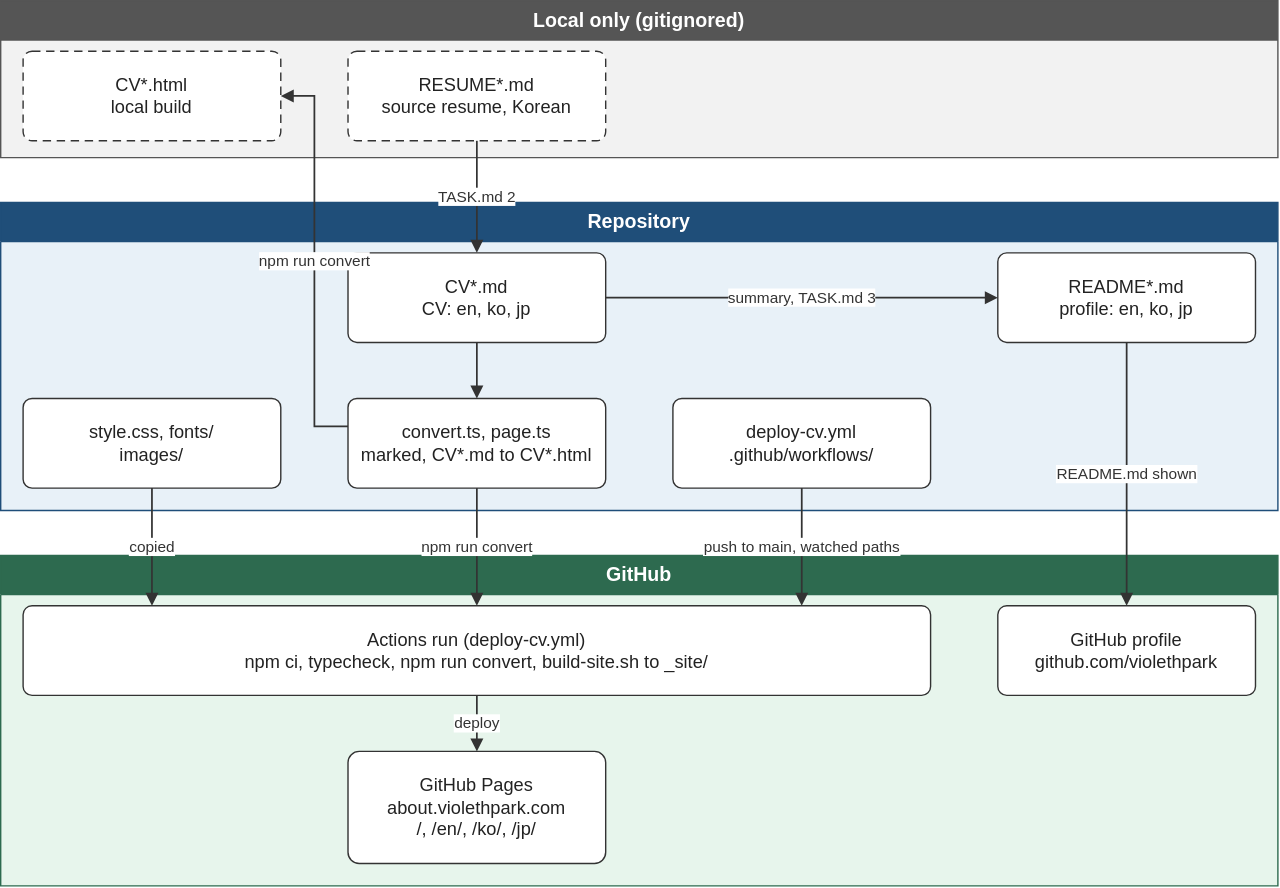
This is diagrams/repo-structure.drawio.svg from violethpark/violethpark, a draw.io export, as it was before one commit. Source tidied: cells renumbered, new cells last; positions are measured from the earlier drawing's top-left corner, leaving out a move shared by most shapes.
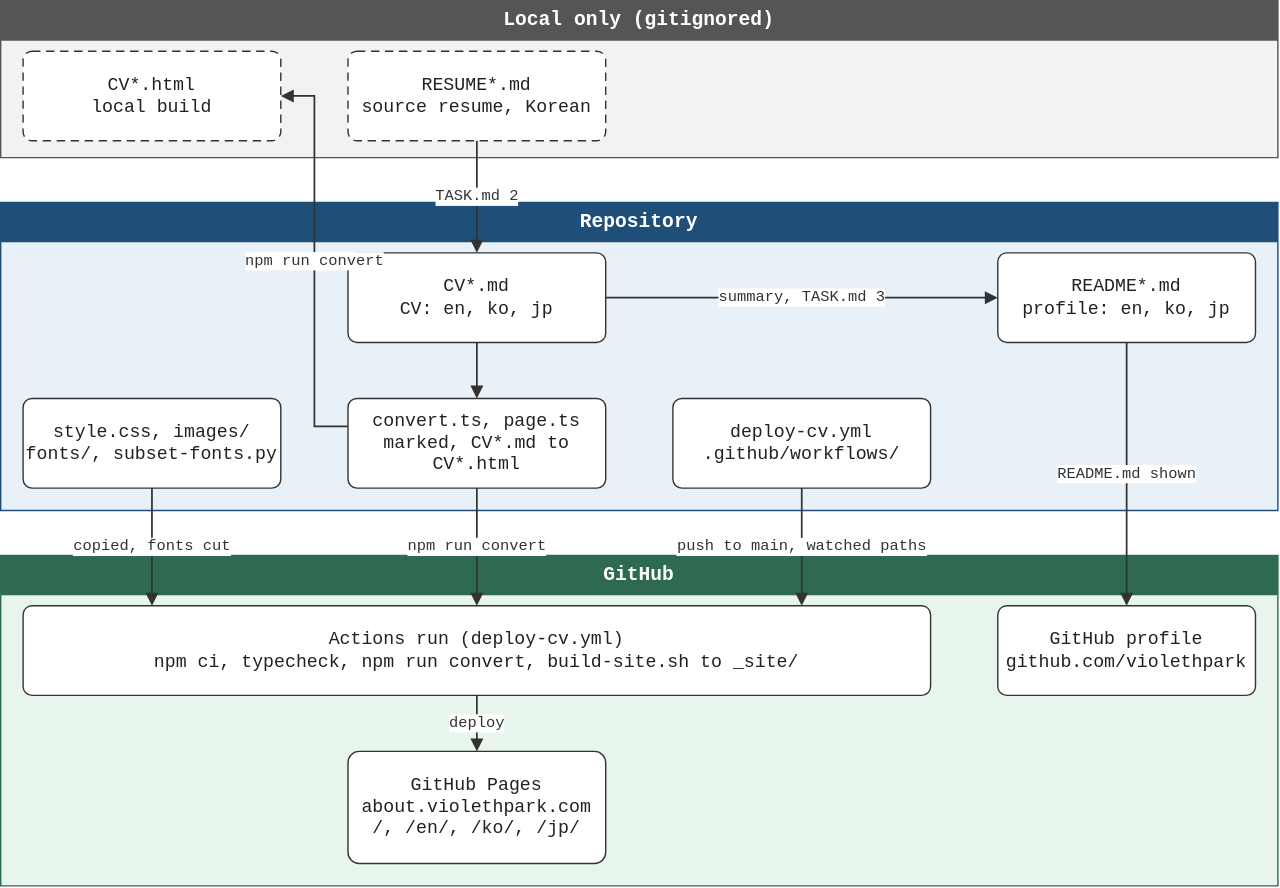
The same file after the commit.

The edit, as a diff of the source:
```diff
@@ -2,58 +2,58 @@
   <root>
     <mxCell id="0" />
     <mxCell id="1" parent="0" />
-    <mxCell id="2" value="Local only (gitignored)" style="swimlane;html=1;startSize=28;fontStyle=1;fontSize=14;fontFamily=Helvetica;align=center;verticalAlign=middle;fillColor=#555555;fontColor=#FFFFFF;strokeColor=#555555;swimlaneFillColor=#F2F2F2;rounded=0;whiteSpace=wrap;" parent="1" vertex="1">
+    <mxCell id="2" value="Local only (gitignored)" style="swimlane;html=1;startSize=28;fontStyle=1;fontSize=14;fontFamily=Sarasa Mono Slab J,Sarasa Mono Slab K,monospace;align=center;verticalAlign=middle;fillColor=light-dark(#555555,#D0D0D0);fontColor=light-dark(#FFFFFF,#000000);strokeColor=light-dark(#555555,#D0D0D0);swimlaneFillColor=light-dark(#F2F2F2,#000000);rounded=0;whiteSpace=wrap;" parent="1" vertex="1">
       <mxGeometry width="912" height="112" as="geometry" />
     </mxCell>
-    <mxCell id="3" value="CV*.html&#10;local build" style="rounded=1;whiteSpace=wrap;html=1;align=center;verticalAlign=middle;fontSize=13;fontFamily=Helvetica;fontColor=#222222;fillColor=#FFFFFF;strokeColor=#333333;arcSize=10;dashed=1;dashPattern=6 4;" parent="2" vertex="1">
+    <mxCell id="3" value="CV*.html&#10;local build" style="rounded=1;whiteSpace=wrap;html=1;align=center;verticalAlign=middle;fontSize=13;fontFamily=Sarasa Mono Slab J,Sarasa Mono Slab K,monospace;fontColor=light-dark(#222222,#F5F5F5);fillColor=light-dark(#FFFFFF,#000000);strokeColor=light-dark(#333333,#F0F0F0);arcSize=10;dashed=1;dashPattern=6 4;" parent="2" vertex="1">
       <mxGeometry x="16" y="36" width="184" height="64" as="geometry" />
     </mxCell>
-    <mxCell id="4" value="RESUME*.md&#10;source resume, Korean" style="rounded=1;whiteSpace=wrap;html=1;align=center;verticalAlign=middle;fontSize=13;fontFamily=Helvetica;fontColor=#222222;fillColor=#FFFFFF;strokeColor=#333333;arcSize=10;dashed=1;dashPattern=6 4;" parent="2" vertex="1">
+    <mxCell id="4" value="RESUME*.md&#10;source resume, Korean" style="rounded=1;whiteSpace=wrap;html=1;align=center;verticalAlign=middle;fontSize=13;fontFamily=Sarasa Mono Slab J,Sarasa Mono Slab K,monospace;fontColor=light-dark(#222222,#F5F5F5);fillColor=light-dark(#FFFFFF,#000000);strokeColor=light-dark(#333333,#F0F0F0);arcSize=10;dashed=1;dashPattern=6 4;" parent="2" vertex="1">
       <mxGeometry x="248" y="36" width="184" height="64" as="geometry" />
     </mxCell>
-    <mxCell id="5" value="Repository" style="swimlane;html=1;startSize=28;fontStyle=1;fontSize=14;fontFamily=Helvetica;align=center;verticalAlign=middle;fillColor=#1F4E79;fontColor=#FFFFFF;strokeColor=#1F4E79;swimlaneFillColor=#E8F1F8;rounded=0;whiteSpace=wrap;" parent="1" vertex="1">
+    <mxCell id="5" value="Repository" style="swimlane;html=1;startSize=28;fontStyle=1;fontSize=14;fontFamily=Sarasa Mono Slab J,Sarasa Mono Slab K,monospace;align=center;verticalAlign=middle;fillColor=light-dark(#1F4E79,#9CC8F0);fontColor=light-dark(#FFFFFF,#000000);strokeColor=light-dark(#1F4E79,#9CC8F0);swimlaneFillColor=light-dark(#E8F1F8,#000000);rounded=0;whiteSpace=wrap;" parent="1" vertex="1">
       <mxGeometry y="144" width="912" height="220" as="geometry" />
     </mxCell>
-    <mxCell id="6" value="CV*.md&#10;CV: en, ko, jp" style="rounded=1;whiteSpace=wrap;html=1;align=center;verticalAlign=middle;fontSize=13;fontFamily=Helvetica;fontColor=#222222;fillColor=#FFFFFF;strokeColor=#333333;arcSize=10;" parent="5" vertex="1">
+    <mxCell id="6" value="CV*.md&#10;CV: en, ko, jp" style="rounded=1;whiteSpace=wrap;html=1;align=center;verticalAlign=middle;fontSize=13;fontFamily=Sarasa Mono Slab J,Sarasa Mono Slab K,monospace;fontColor=light-dark(#222222,#F5F5F5);fillColor=light-dark(#FFFFFF,#000000);strokeColor=light-dark(#333333,#F0F0F0);arcSize=10;" parent="5" vertex="1">
       <mxGeometry x="248" y="36" width="184" height="64" as="geometry" />
     </mxCell>
-    <mxCell id="7" value="README*.md&#10;profile: en, ko, jp" style="rounded=1;whiteSpace=wrap;html=1;align=center;verticalAlign=middle;fontSize=13;fontFamily=Helvetica;fontColor=#222222;fillColor=#FFFFFF;strokeColor=#333333;arcSize=10;" parent="5" vertex="1">
+    <mxCell id="7" value="README*.md&#10;profile: en, ko, jp" style="rounded=1;whiteSpace=wrap;html=1;align=center;verticalAlign=middle;fontSize=13;fontFamily=Sarasa Mono Slab J,Sarasa Mono Slab K,monospace;fontColor=light-dark(#222222,#F5F5F5);fillColor=light-dark(#FFFFFF,#000000);strokeColor=light-dark(#333333,#F0F0F0);arcSize=10;" parent="5" vertex="1">
       <mxGeometry x="712" y="36" width="184" height="64" as="geometry" />
     </mxCell>
-    <mxCell id="8" value="style.css, fonts/&#10;images/" style="rounded=1;whiteSpace=wrap;html=1;align=center;verticalAlign=middle;fontSize=13;fontFamily=Helvetica;fontColor=#222222;fillColor=#FFFFFF;strokeColor=#333333;arcSize=10;" parent="5" vertex="1">
+    <mxCell id="8" value="style.css, images/&#10;fonts/, subset-fonts.py" style="rounded=1;whiteSpace=wrap;html=1;align=center;verticalAlign=middle;fontSize=13;fontFamily=Sarasa Mono Slab J,Sarasa Mono Slab K,monospace;fontColor=light-dark(#222222,#F5F5F5);fillColor=light-dark(#FFFFFF,#000000);strokeColor=light-dark(#333333,#F0F0F0);arcSize=10;" parent="5" vertex="1">
       <mxGeometry x="16" y="140" width="184" height="64" as="geometry" />
     </mxCell>
-    <mxCell id="9" value="convert.ts, page.ts&#10;marked, CV*.md to CV*.html" style="rounded=1;whiteSpace=wrap;html=1;align=center;verticalAlign=middle;fontSize=13;fontFamily=Helvetica;fontColor=#222222;fillColor=#FFFFFF;strokeColor=#333333;arcSize=10;" parent="5" vertex="1">
+    <mxCell id="9" value="convert.ts, page.ts&#10;marked, CV*.md to CV*.html" style="rounded=1;whiteSpace=wrap;html=1;align=center;verticalAlign=middle;fontSize=13;fontFamily=Sarasa Mono Slab J,Sarasa Mono Slab K,monospace;fontColor=light-dark(#222222,#F5F5F5);fillColor=light-dark(#FFFFFF,#000000);strokeColor=light-dark(#333333,#F0F0F0);arcSize=10;" parent="5" vertex="1">
       <mxGeometry x="248" y="140" width="184" height="64" as="geometry" />
     </mxCell>
-    <mxCell id="10" value="deploy-cv.yml&#10;.github/workflows/" style="rounded=1;whiteSpace=wrap;html=1;align=center;verticalAlign=middle;fontSize=13;fontFamily=Helvetica;fontColor=#222222;fillColor=#FFFFFF;strokeColor=#333333;arcSize=10;" parent="5" vertex="1">
+    <mxCell id="10" value="deploy-cv.yml&#10;.github/workflows/" style="rounded=1;whiteSpace=wrap;html=1;align=center;verticalAlign=middle;fontSize=13;fontFamily=Sarasa Mono Slab J,Sarasa Mono Slab K,monospace;fontColor=light-dark(#222222,#F5F5F5);fillColor=light-dark(#FFFFFF,#000000);strokeColor=light-dark(#333333,#F0F0F0);arcSize=10;" parent="5" vertex="1">
       <mxGeometry x="480" y="140" width="184" height="64" as="geometry" />
     </mxCell>
-    <mxCell id="11" value="GitHub" style="swimlane;html=1;startSize=28;fontStyle=1;fontSize=14;fontFamily=Helvetica;align=center;verticalAlign=middle;fillColor=#2D6A4F;fontColor=#FFFFFF;strokeColor=#2D6A4F;swimlaneFillColor=#E7F5EC;rounded=0;whiteSpace=wrap;" parent="1" vertex="1">
+    <mxCell id="11" value="GitHub" style="swimlane;html=1;startSize=28;fontStyle=1;fontSize=14;fontFamily=Sarasa Mono Slab J,Sarasa Mono Slab K,monospace;align=center;verticalAlign=middle;fillColor=light-dark(#2D6A4F,#8FD6B0);fontColor=light-dark(#FFFFFF,#000000);strokeColor=light-dark(#2D6A4F,#8FD6B0);swimlaneFillColor=light-dark(#E7F5EC,#000000);rounded=0;whiteSpace=wrap;" parent="1" vertex="1">
       <mxGeometry y="396" width="912" height="236" as="geometry" />
     </mxCell>
-    <mxCell id="12" value="Actions run (deploy-cv.yml)&#10;npm ci, typecheck, npm run convert, build-site.sh to _site/" style="rounded=1;whiteSpace=wrap;html=1;align=center;verticalAlign=middle;fontSize=13;fontFamily=Helvetica;fontColor=#222222;fillColor=#FFFFFF;strokeColor=#333333;arcSize=10;" parent="11" vertex="1">
+    <mxCell id="12" value="Actions run (deploy-cv.yml)&#10;npm ci, typecheck, npm run convert, build-site.sh to _site/" style="rounded=1;whiteSpace=wrap;html=1;align=center;verticalAlign=middle;fontSize=13;fontFamily=Sarasa Mono Slab J,Sarasa Mono Slab K,monospace;fontColor=light-dark(#222222,#F5F5F5);fillColor=light-dark(#FFFFFF,#000000);strokeColor=light-dark(#333333,#F0F0F0);arcSize=10;" parent="11" vertex="1">
       <mxGeometry x="16" y="36" width="648" height="64" as="geometry" />
     </mxCell>
-    <mxCell id="13" value="GitHub profile&#10;github.com/violethpark" style="rounded=1;whiteSpace=wrap;html=1;align=center;verticalAlign=middle;fontSize=13;fontFamily=Helvetica;fontColor=#222222;fillColor=#FFFFFF;strokeColor=#333333;arcSize=10;" parent="11" vertex="1">
+    <mxCell id="13" value="GitHub profile&#10;github.com/violethpark" style="rounded=1;whiteSpace=wrap;html=1;align=center;verticalAlign=middle;fontSize=13;fontFamily=Sarasa Mono Slab J,Sarasa Mono Slab K,monospace;fontColor=light-dark(#222222,#F5F5F5);fillColor=light-dark(#FFFFFF,#000000);strokeColor=light-dark(#333333,#F0F0F0);arcSize=10;" parent="11" vertex="1">
       <mxGeometry x="712" y="36" width="184" height="64" as="geometry" />
     </mxCell>
-    <mxCell id="14" value="GitHub Pages&#10;about.violethpark.com&#10;/, /en/, /ko/, /jp/" style="rounded=1;whiteSpace=wrap;html=1;align=center;verticalAlign=middle;fontSize=13;fontFamily=Helvetica;fontColor=#222222;fillColor=#FFFFFF;strokeColor=#333333;arcSize=10;" parent="11" vertex="1">
+    <mxCell id="14" value="GitHub Pages&#10;about.violethpark.com&#10;/, /en/, /ko/, /jp/" style="rounded=1;whiteSpace=wrap;html=1;align=center;verticalAlign=middle;fontSize=13;fontFamily=Sarasa Mono Slab J,Sarasa Mono Slab K,monospace;fontColor=light-dark(#222222,#F5F5F5);fillColor=light-dark(#FFFFFF,#000000);strokeColor=light-dark(#333333,#F0F0F0);arcSize=10;" parent="11" vertex="1">
       <mxGeometry x="248" y="140" width="184" height="80" as="geometry" />
     </mxCell>
-    <mxCell id="15" value="TASK.md 2" style="edgeStyle=orthogonalEdgeStyle;rounded=0;html=1;endArrow=block;endFill=1;fontSize=11;fontFamily=Helvetica;fontColor=#333333;labelBackgroundColor=#FFFFFF;strokeColor=#333333;strokeWidth=1.25;align=center;verticalAlign=middle;exitX=0.5000;exitY=1.0000;entryX=0.5000;entryY=0.0000;" parent="1" edge="1" source="4" target="6">
+    <mxCell id="15" value="TASK.md 2" style="edgeStyle=orthogonalEdgeStyle;rounded=0;html=1;endArrow=block;endFill=1;fontSize=11;fontFamily=Sarasa Mono Slab J,Sarasa Mono Slab K,monospace;fontColor=light-dark(#333333,#F0F0F0);labelBackgroundColor=light-dark(#FFFFFF,#121212);strokeColor=light-dark(#333333,#F0F0F0);strokeWidth=1.25;align=center;verticalAlign=middle;exitX=0.5000;exitY=1.0000;entryX=0.5000;entryY=0.0000;" parent="1" edge="1" source="4" target="6">
       <mxGeometry relative="1" as="geometry" />
     </mxCell>
-    <mxCell id="16" value="summary, TASK.md 3" style="edgeStyle=orthogonalEdgeStyle;rounded=0;html=1;endArrow=block;endFill=1;fontSize=11;fontFamily=Helvetica;fontColor=#333333;labelBackgroundColor=#FFFFFF;strokeColor=#333333;strokeWidth=1.25;align=center;verticalAlign=middle;exitX=1.0000;exitY=0.5000;entryX=0.0000;entryY=0.5000;" parent="1" edge="1" source="6" target="7">
+    <mxCell id="16" value="summary, TASK.md 3" style="edgeStyle=orthogonalEdgeStyle;rounded=0;html=1;endArrow=block;endFill=1;fontSize=11;fontFamily=Sarasa Mono Slab J,Sarasa Mono Slab K,monospace;fontColor=light-dark(#333333,#F0F0F0);labelBackgroundColor=light-dark(#FFFFFF,#121212);strokeColor=light-dark(#333333,#F0F0F0);strokeWidth=1.25;align=center;verticalAlign=middle;exitX=1.0000;exitY=0.5000;entryX=0.0000;entryY=0.5000;" parent="1" edge="1" source="6" target="7">
       <mxGeometry relative="1" as="geometry" />
     </mxCell>
-    <mxCell id="17" value="README.md shown" style="edgeStyle=orthogonalEdgeStyle;rounded=0;html=1;endArrow=block;endFill=1;fontSize=11;fontFamily=Helvetica;fontColor=#333333;labelBackgroundColor=#FFFFFF;strokeColor=#333333;strokeWidth=1.25;align=center;verticalAlign=middle;exitX=0.5000;exitY=1.0000;entryX=0.5000;entryY=0.0000;" parent="1" edge="1" source="7" target="13">
+    <mxCell id="17" value="README.md shown" style="edgeStyle=orthogonalEdgeStyle;rounded=0;html=1;endArrow=block;endFill=1;fontSize=11;fontFamily=Sarasa Mono Slab J,Sarasa Mono Slab K,monospace;fontColor=light-dark(#333333,#F0F0F0);labelBackgroundColor=light-dark(#FFFFFF,#121212);strokeColor=light-dark(#333333,#F0F0F0);strokeWidth=1.25;align=center;verticalAlign=middle;exitX=0.5000;exitY=1.0000;entryX=0.5000;entryY=0.0000;" parent="1" edge="1" source="7" target="13">
       <mxGeometry relative="1" as="geometry" />
     </mxCell>
-    <mxCell id="18" style="edgeStyle=orthogonalEdgeStyle;rounded=0;html=1;endArrow=block;endFill=1;fontSize=11;fontFamily=Helvetica;fontColor=#333333;labelBackgroundColor=#FFFFFF;strokeColor=#333333;strokeWidth=1.25;align=center;verticalAlign=middle;exitX=0.5000;exitY=1.0000;entryX=0.5000;entryY=0.0000;" parent="1" edge="1" source="6" target="9">
+    <mxCell id="18" style="edgeStyle=orthogonalEdgeStyle;rounded=0;html=1;endArrow=block;endFill=1;fontSize=11;fontFamily=Sarasa Mono Slab J,Sarasa Mono Slab K,monospace;fontColor=light-dark(#333333,#F0F0F0);labelBackgroundColor=light-dark(#FFFFFF,#121212);strokeColor=light-dark(#333333,#F0F0F0);strokeWidth=1.25;align=center;verticalAlign=middle;exitX=0.5000;exitY=1.0000;entryX=0.5000;entryY=0.0000;" parent="1" edge="1" source="6" target="9">
       <mxGeometry relative="1" as="geometry" />
     </mxCell>
-    <mxCell id="19" value="npm run convert" style="edgeStyle=orthogonalEdgeStyle;rounded=0;html=1;endArrow=block;endFill=1;fontSize=11;fontFamily=Helvetica;fontColor=#333333;labelBackgroundColor=#FFFFFF;strokeColor=#333333;strokeWidth=1.25;align=center;verticalAlign=middle;exitX=0.0000;exitY=0.3125;entryX=1.0000;entryY=0.5000;" parent="1" edge="1" source="9" target="3">
+    <mxCell id="19" value="npm run convert" style="edgeStyle=orthogonalEdgeStyle;rounded=0;html=1;endArrow=block;endFill=1;fontSize=11;fontFamily=Sarasa Mono Slab J,Sarasa Mono Slab K,monospace;fontColor=light-dark(#333333,#F0F0F0);labelBackgroundColor=light-dark(#FFFFFF,#121212);strokeColor=light-dark(#333333,#F0F0F0);strokeWidth=1.25;align=center;verticalAlign=middle;exitX=0.0000;exitY=0.3125;entryX=1.0000;entryY=0.5000;" parent="1" edge="1" source="9" target="3">
       <mxGeometry relative="1" as="geometry">
         <Array as="points">
           <mxPoint x="224" y="304" />
@@ -61,16 +61,16 @@
         </Array>
       </mxGeometry>
     </mxCell>
-    <mxCell id="20" value="copied" style="edgeStyle=orthogonalEdgeStyle;rounded=0;html=1;endArrow=block;endFill=1;fontSize=11;fontFamily=Helvetica;fontColor=#333333;labelBackgroundColor=#FFFFFF;strokeColor=#333333;strokeWidth=1.25;align=center;verticalAlign=middle;exitX=0.5000;exitY=1.0000;entryX=0.1420;entryY=0.0000;" parent="1" edge="1" source="8" target="12">
+    <mxCell id="20" value="copied, fonts cut" style="edgeStyle=orthogonalEdgeStyle;rounded=0;html=1;endArrow=block;endFill=1;fontSize=11;fontFamily=Sarasa Mono Slab J,Sarasa Mono Slab K,monospace;fontColor=light-dark(#333333,#F0F0F0);labelBackgroundColor=light-dark(#FFFFFF,#121212);strokeColor=light-dark(#333333,#F0F0F0);strokeWidth=1.25;align=center;verticalAlign=middle;exitX=0.5000;exitY=1.0000;entryX=0.1420;entryY=0.0000;" parent="1" edge="1" source="8" target="12">
       <mxGeometry relative="1" as="geometry" />
     </mxCell>
-    <mxCell id="21" value="npm run convert" style="edgeStyle=orthogonalEdgeStyle;rounded=0;html=1;endArrow=block;endFill=1;fontSize=11;fontFamily=Helvetica;fontColor=#333333;labelBackgroundColor=#FFFFFF;strokeColor=#333333;strokeWidth=1.25;align=center;verticalAlign=middle;exitX=0.5000;exitY=1.0000;entryX=0.5000;entryY=0.0000;" parent="1" edge="1" source="9" target="12">
+    <mxCell id="21" value="npm run convert" style="edgeStyle=orthogonalEdgeStyle;rounded=0;html=1;endArrow=block;endFill=1;fontSize=11;fontFamily=Sarasa Mono Slab J,Sarasa Mono Slab K,monospace;fontColor=light-dark(#333333,#F0F0F0);labelBackgroundColor=light-dark(#FFFFFF,#121212);strokeColor=light-dark(#333333,#F0F0F0);strokeWidth=1.25;align=center;verticalAlign=middle;exitX=0.5000;exitY=1.0000;entryX=0.5000;entryY=0.0000;" parent="1" edge="1" source="9" target="12">
       <mxGeometry relative="1" as="geometry" />
     </mxCell>
-    <mxCell id="22" value="push to main, watched paths" style="edgeStyle=orthogonalEdgeStyle;rounded=0;html=1;endArrow=block;endFill=1;fontSize=11;fontFamily=Helvetica;fontColor=#333333;labelBackgroundColor=#FFFFFF;strokeColor=#333333;strokeWidth=1.25;align=center;verticalAlign=middle;exitX=0.5000;exitY=1.0000;entryX=0.8580;entryY=0.0000;" parent="1" edge="1" source="10" target="12">
+    <mxCell id="22" value="push to main, watched paths" style="edgeStyle=orthogonalEdgeStyle;rounded=0;html=1;endArrow=block;endFill=1;fontSize=11;fontFamily=Sarasa Mono Slab J,Sarasa Mono Slab K,monospace;fontColor=light-dark(#333333,#F0F0F0);labelBackgroundColor=light-dark(#FFFFFF,#121212);strokeColor=light-dark(#333333,#F0F0F0);strokeWidth=1.25;align=center;verticalAlign=middle;exitX=0.5000;exitY=1.0000;entryX=0.8580;entryY=0.0000;" parent="1" edge="1" source="10" target="12">
       <mxGeometry relative="1" as="geometry" />
     </mxCell>
-    <mxCell id="23" value="deploy" style="edgeStyle=orthogonalEdgeStyle;rounded=0;html=1;endArrow=block;endFill=1;fontSize=11;fontFamily=Helvetica;fontColor=#333333;labelBackgroundColor=#FFFFFF;strokeColor=#333333;strokeWidth=1.25;align=center;verticalAlign=middle;exitX=0.5000;exitY=1.0000;entryX=0.5000;entryY=0.0000;" parent="1" edge="1" source="12" target="14">
+    <mxCell id="23" value="deploy" style="edgeStyle=orthogonalEdgeStyle;rounded=0;html=1;endArrow=block;endFill=1;fontSize=11;fontFamily=Sarasa Mono Slab J,Sarasa Mono Slab K,monospace;fontColor=light-dark(#333333,#F0F0F0);labelBackgroundColor=light-dark(#FFFFFF,#121212);strokeColor=light-dark(#333333,#F0F0F0);strokeWidth=1.25;align=center;verticalAlign=middle;exitX=0.5000;exitY=1.0000;entryX=0.5000;entryY=0.0000;" parent="1" edge="1" source="12" target="14">
       <mxGeometry relative="1" as="geometry" />
     </mxCell>
   </root>
```
